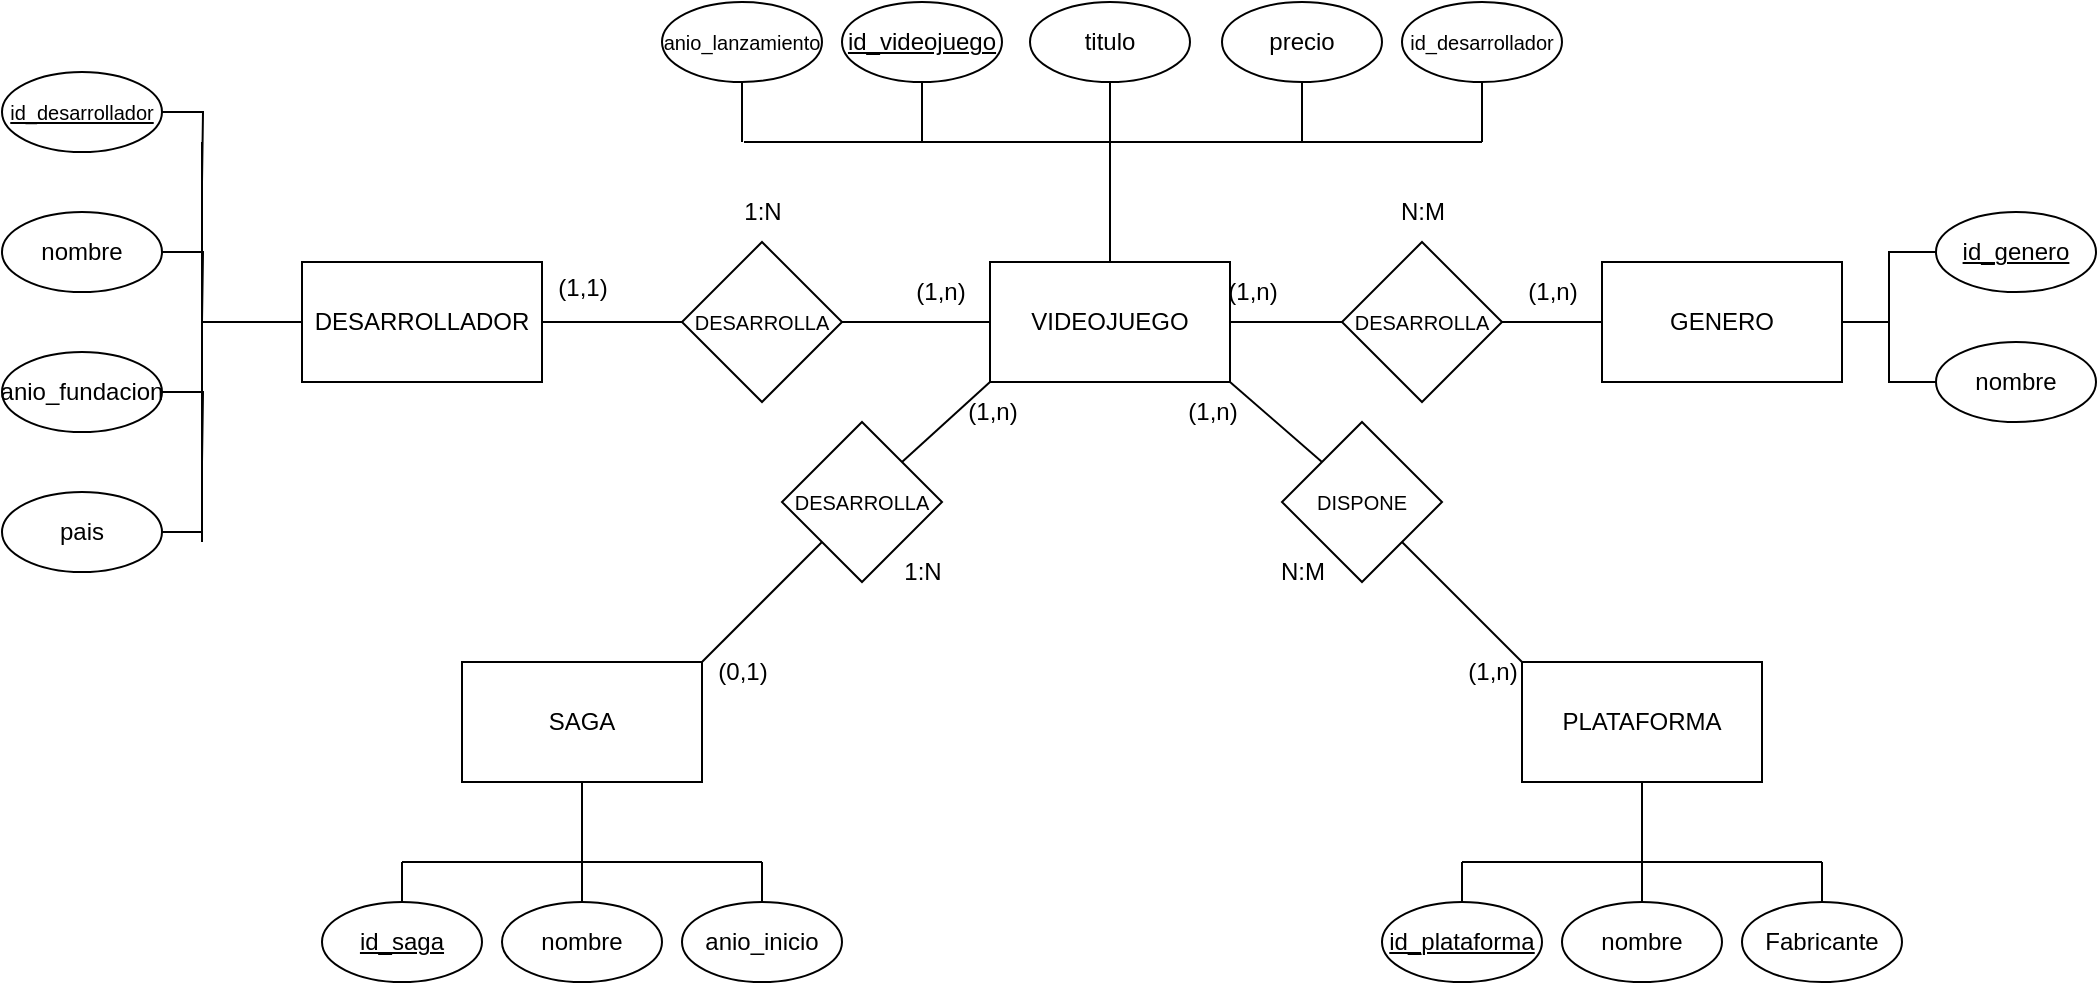
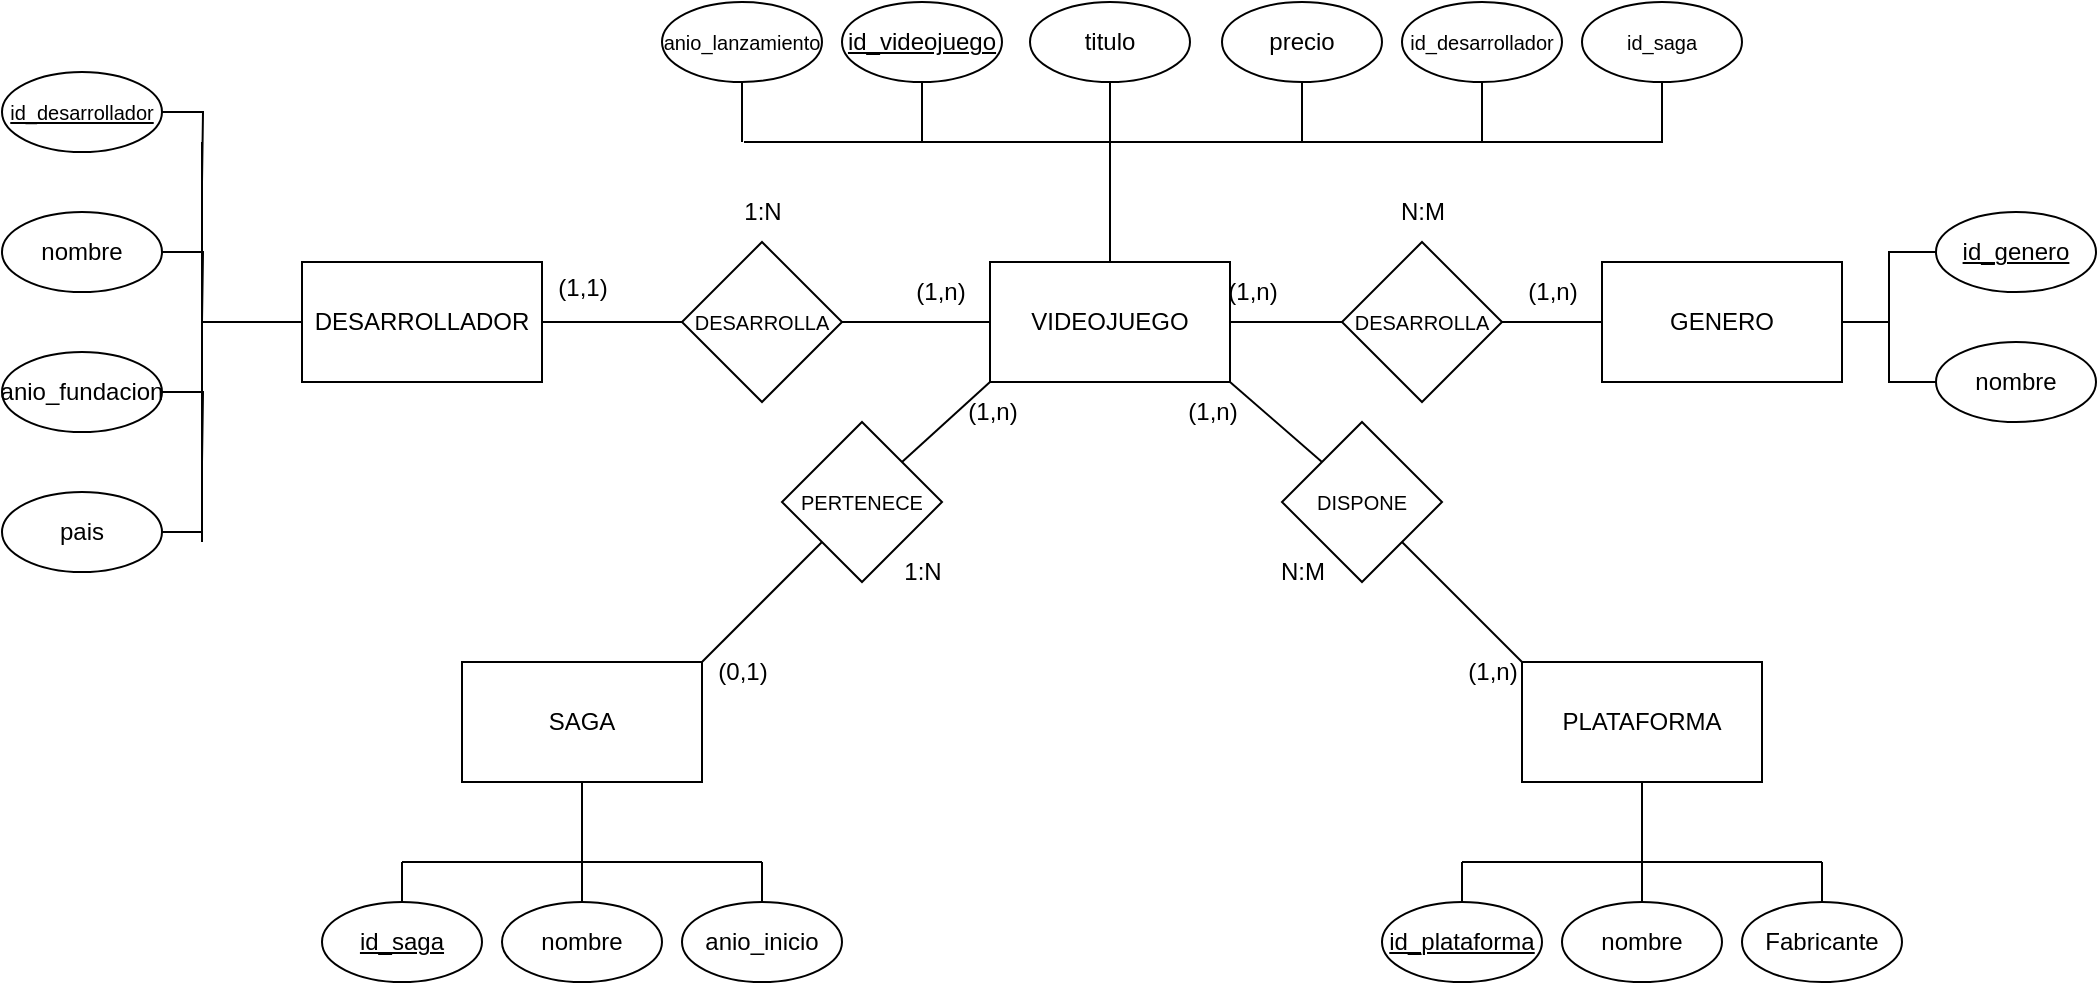
<mxfile host="Electron" agent="Mozilla/5.0 (Windows NT 10.0; Win64; x64) AppleWebKit/537.36 (KHTML, like Gecko) draw.io/28.1.2 Chrome/138.0.7204.243 Electron/37.4.0 Safari/537.36" version="28.1.2">
  <diagram name="Página-1" id="ZNoLtAaf1gZEyG10pAyI">
-     <mxGraphModel dx="2253" dy="841" grid="1" gridSize="10" guides="1" tooltips="1" connect="1" arrows="1" fold="1" page="1" pageScale="1" pageWidth="827" pageHeight="1169" math="0" shadow="0">
+     <mxGraphModel dx="1365" dy="483" grid="1" gridSize="10" guides="1" tooltips="1" connect="1" arrows="1" fold="1" page="1" pageScale="1" pageWidth="827" pageHeight="1169" math="0" shadow="0">
      <root>
        <mxCell id="0" />
        <mxCell id="1" parent="0" />
        <mxCell id="zJ5LKTYXzrCJBkI_XdHh-10" style="edgeStyle=orthogonalEdgeStyle;rounded=0;orthogonalLoop=1;jettySize=auto;html=1;entryX=0;entryY=0.5;entryDx=0;entryDy=0;endArrow=none;endFill=0;" edge="1" parent="1" source="zJ5LKTYXzrCJBkI_XdHh-1" target="zJ5LKTYXzrCJBkI_XdHh-9">
          <mxGeometry relative="1" as="geometry" />
        </mxCell>
        <mxCell id="zJ5LKTYXzrCJBkI_XdHh-13" style="rounded=0;orthogonalLoop=1;jettySize=auto;html=1;entryX=1;entryY=0;entryDx=0;entryDy=0;exitX=0;exitY=1;exitDx=0;exitDy=0;endArrow=none;endFill=0;" edge="1" parent="1" source="zJ5LKTYXzrCJBkI_XdHh-1" target="zJ5LKTYXzrCJBkI_XdHh-12">
          <mxGeometry relative="1" as="geometry" />
        </mxCell>
        <mxCell id="zJ5LKTYXzrCJBkI_XdHh-51" style="edgeStyle=orthogonalEdgeStyle;rounded=0;orthogonalLoop=1;jettySize=auto;html=1;endArrow=none;endFill=0;" edge="1" parent="1" source="zJ5LKTYXzrCJBkI_XdHh-1">
          <mxGeometry relative="1" as="geometry">
            <mxPoint x="414" y="260" as="targetPoint" />
          </mxGeometry>
        </mxCell>
        <mxCell id="zJ5LKTYXzrCJBkI_XdHh-1" value="VIDEOJUEGO" style="rounded=0;whiteSpace=wrap;html=1;" vertex="1" parent="1">
          <mxGeometry x="354" y="320" width="120" height="60" as="geometry" />
        </mxCell>
        <mxCell id="zJ5LKTYXzrCJBkI_XdHh-6" style="edgeStyle=orthogonalEdgeStyle;rounded=0;orthogonalLoop=1;jettySize=auto;html=1;endArrow=none;endFill=0;entryX=0;entryY=0.5;entryDx=0;entryDy=0;" edge="1" parent="1" source="zJ5LKTYXzrCJBkI_XdHh-2" target="zJ5LKTYXzrCJBkI_XdHh-7">
          <mxGeometry relative="1" as="geometry">
            <mxPoint x="210" y="350" as="targetPoint" />
          </mxGeometry>
        </mxCell>
        <mxCell id="zJ5LKTYXzrCJBkI_XdHh-73" style="edgeStyle=orthogonalEdgeStyle;rounded=0;orthogonalLoop=1;jettySize=auto;html=1;endArrow=none;endFill=0;" edge="1" parent="1" source="zJ5LKTYXzrCJBkI_XdHh-2">
          <mxGeometry relative="1" as="geometry">
            <mxPoint x="-40" y="350" as="targetPoint" />
          </mxGeometry>
        </mxCell>
        <mxCell id="zJ5LKTYXzrCJBkI_XdHh-2" value="DESARROLLADOR" style="rounded=0;whiteSpace=wrap;html=1;" vertex="1" parent="1">
          <mxGeometry x="10" y="320" width="120" height="60" as="geometry" />
        </mxCell>
        <mxCell id="zJ5LKTYXzrCJBkI_XdHh-3" value="GENERO" style="rounded=0;whiteSpace=wrap;html=1;" vertex="1" parent="1">
          <mxGeometry x="660" y="320" width="120" height="60" as="geometry" />
        </mxCell>
        <mxCell id="zJ5LKTYXzrCJBkI_XdHh-18" style="edgeStyle=orthogonalEdgeStyle;rounded=0;orthogonalLoop=1;jettySize=auto;html=1;endArrow=none;endFill=0;" edge="1" parent="1" source="zJ5LKTYXzrCJBkI_XdHh-4">
          <mxGeometry relative="1" as="geometry">
            <mxPoint x="150" y="620" as="targetPoint" />
          </mxGeometry>
        </mxCell>
        <mxCell id="zJ5LKTYXzrCJBkI_XdHh-4" value="SAGA" style="rounded=0;whiteSpace=wrap;html=1;" vertex="1" parent="1">
          <mxGeometry x="90" y="520" width="120" height="60" as="geometry" />
        </mxCell>
        <mxCell id="zJ5LKTYXzrCJBkI_XdHh-41" style="edgeStyle=orthogonalEdgeStyle;rounded=0;orthogonalLoop=1;jettySize=auto;html=1;endArrow=none;endFill=0;" edge="1" parent="1" source="zJ5LKTYXzrCJBkI_XdHh-5">
          <mxGeometry relative="1" as="geometry">
            <mxPoint x="680" y="620" as="targetPoint" />
          </mxGeometry>
        </mxCell>
        <mxCell id="zJ5LKTYXzrCJBkI_XdHh-5" value="PLATAFORMA" style="rounded=0;whiteSpace=wrap;html=1;" vertex="1" parent="1">
          <mxGeometry x="620" y="520" width="120" height="60" as="geometry" />
        </mxCell>
        <mxCell id="zJ5LKTYXzrCJBkI_XdHh-8" style="edgeStyle=orthogonalEdgeStyle;rounded=0;orthogonalLoop=1;jettySize=auto;html=1;entryX=0;entryY=0.5;entryDx=0;entryDy=0;endArrow=none;endFill=0;" edge="1" parent="1" source="zJ5LKTYXzrCJBkI_XdHh-7" target="zJ5LKTYXzrCJBkI_XdHh-1">
          <mxGeometry relative="1" as="geometry" />
        </mxCell>
        <mxCell id="zJ5LKTYXzrCJBkI_XdHh-7" value="&lt;font style=&quot;font-size: 10px;&quot;&gt;DESARROLLA&lt;/font&gt;" style="rhombus;whiteSpace=wrap;html=1;" vertex="1" parent="1">
          <mxGeometry x="200" y="310" width="80" height="80" as="geometry" />
        </mxCell>
        <mxCell id="zJ5LKTYXzrCJBkI_XdHh-11" style="edgeStyle=orthogonalEdgeStyle;rounded=0;orthogonalLoop=1;jettySize=auto;html=1;entryX=0;entryY=0.5;entryDx=0;entryDy=0;endArrow=none;endFill=0;" edge="1" parent="1" source="zJ5LKTYXzrCJBkI_XdHh-9" target="zJ5LKTYXzrCJBkI_XdHh-3">
          <mxGeometry relative="1" as="geometry" />
        </mxCell>
        <mxCell id="zJ5LKTYXzrCJBkI_XdHh-9" value="&lt;font style=&quot;font-size: 10px;&quot;&gt;DESARROLLA&lt;/font&gt;" style="rhombus;whiteSpace=wrap;html=1;" vertex="1" parent="1">
          <mxGeometry x="530" y="310" width="80" height="80" as="geometry" />
        </mxCell>
        <mxCell id="zJ5LKTYXzrCJBkI_XdHh-14" style="rounded=0;orthogonalLoop=1;jettySize=auto;html=1;exitX=0;exitY=1;exitDx=0;exitDy=0;entryX=1;entryY=0;entryDx=0;entryDy=0;endArrow=none;endFill=0;" edge="1" parent="1" source="zJ5LKTYXzrCJBkI_XdHh-12" target="zJ5LKTYXzrCJBkI_XdHh-4">
          <mxGeometry relative="1" as="geometry" />
        </mxCell>
-         <mxCell id="zJ5LKTYXzrCJBkI_XdHh-12" value="&lt;font style=&quot;font-size: 10px;&quot;&gt;DESARROLLA&lt;/font&gt;" style="rhombus;whiteSpace=wrap;html=1;" vertex="1" parent="1">
+         <mxCell id="zJ5LKTYXzrCJBkI_XdHh-12" value="&lt;font style=&quot;font-size: 10px;&quot;&gt;PERTENECE&lt;/font&gt;" style="rhombus;whiteSpace=wrap;html=1;" vertex="1" parent="1">
          <mxGeometry x="250" y="400" width="80" height="80" as="geometry" />
        </mxCell>
        <mxCell id="zJ5LKTYXzrCJBkI_XdHh-16" style="rounded=0;orthogonalLoop=1;jettySize=auto;html=1;exitX=0;exitY=0;exitDx=0;exitDy=0;entryX=1;entryY=1;entryDx=0;entryDy=0;endArrow=none;endFill=0;" edge="1" parent="1" source="zJ5LKTYXzrCJBkI_XdHh-15" target="zJ5LKTYXzrCJBkI_XdHh-1">
          <mxGeometry relative="1" as="geometry" />
        </mxCell>
        <mxCell id="zJ5LKTYXzrCJBkI_XdHh-17" style="rounded=0;orthogonalLoop=1;jettySize=auto;html=1;exitX=1;exitY=1;exitDx=0;exitDy=0;entryX=0;entryY=0;entryDx=0;entryDy=0;endArrow=none;endFill=0;" edge="1" parent="1" source="zJ5LKTYXzrCJBkI_XdHh-15" target="zJ5LKTYXzrCJBkI_XdHh-5">
          <mxGeometry relative="1" as="geometry" />
        </mxCell>
        <mxCell id="zJ5LKTYXzrCJBkI_XdHh-15" value="&lt;font style=&quot;font-size: 10px;&quot;&gt;DISPONE&lt;/font&gt;" style="rhombus;whiteSpace=wrap;html=1;" vertex="1" parent="1">
          <mxGeometry x="500" y="400" width="80" height="80" as="geometry" />
        </mxCell>
        <mxCell id="zJ5LKTYXzrCJBkI_XdHh-19" value="" style="endArrow=none;html=1;rounded=0;" edge="1" parent="1">
          <mxGeometry width="50" height="50" relative="1" as="geometry">
            <mxPoint x="60" y="620" as="sourcePoint" />
            <mxPoint x="240" y="620" as="targetPoint" />
          </mxGeometry>
        </mxCell>
        <mxCell id="zJ5LKTYXzrCJBkI_XdHh-21" style="edgeStyle=orthogonalEdgeStyle;rounded=0;orthogonalLoop=1;jettySize=auto;html=1;exitX=0.5;exitY=0;exitDx=0;exitDy=0;endArrow=none;endFill=0;" edge="1" parent="1" source="zJ5LKTYXzrCJBkI_XdHh-20">
          <mxGeometry relative="1" as="geometry">
            <mxPoint x="60" y="620" as="targetPoint" />
          </mxGeometry>
        </mxCell>
        <mxCell id="zJ5LKTYXzrCJBkI_XdHh-20" value="&lt;u&gt;id_saga&lt;/u&gt;" style="ellipse;whiteSpace=wrap;html=1;" vertex="1" parent="1">
          <mxGeometry x="20" y="640" width="80" height="40" as="geometry" />
        </mxCell>
        <mxCell id="zJ5LKTYXzrCJBkI_XdHh-25" style="edgeStyle=orthogonalEdgeStyle;rounded=0;orthogonalLoop=1;jettySize=auto;html=1;exitX=0.5;exitY=0;exitDx=0;exitDy=0;endArrow=none;endFill=0;" edge="1" parent="1" source="zJ5LKTYXzrCJBkI_XdHh-22">
          <mxGeometry relative="1" as="geometry">
            <mxPoint x="150" y="620" as="targetPoint" />
          </mxGeometry>
        </mxCell>
        <mxCell id="zJ5LKTYXzrCJBkI_XdHh-22" value="nombre" style="ellipse;whiteSpace=wrap;html=1;" vertex="1" parent="1">
          <mxGeometry x="110" y="640" width="80" height="40" as="geometry" />
        </mxCell>
        <mxCell id="zJ5LKTYXzrCJBkI_XdHh-26" style="edgeStyle=orthogonalEdgeStyle;rounded=0;orthogonalLoop=1;jettySize=auto;html=1;exitX=0.5;exitY=0;exitDx=0;exitDy=0;endArrow=none;endFill=0;" edge="1" parent="1" source="zJ5LKTYXzrCJBkI_XdHh-23">
          <mxGeometry relative="1" as="geometry">
            <mxPoint x="240" y="620" as="targetPoint" />
          </mxGeometry>
        </mxCell>
        <mxCell id="zJ5LKTYXzrCJBkI_XdHh-23" value="anio_inicio" style="ellipse;whiteSpace=wrap;html=1;" vertex="1" parent="1">
          <mxGeometry x="200" y="640" width="80" height="40" as="geometry" />
        </mxCell>
        <mxCell id="zJ5LKTYXzrCJBkI_XdHh-34" value="" style="endArrow=none;html=1;rounded=0;" edge="1" parent="1">
          <mxGeometry width="50" height="50" relative="1" as="geometry">
            <mxPoint x="590" y="620" as="sourcePoint" />
            <mxPoint x="770" y="620" as="targetPoint" />
          </mxGeometry>
        </mxCell>
        <mxCell id="zJ5LKTYXzrCJBkI_XdHh-35" style="edgeStyle=orthogonalEdgeStyle;rounded=0;orthogonalLoop=1;jettySize=auto;html=1;exitX=0.5;exitY=0;exitDx=0;exitDy=0;endArrow=none;endFill=0;" edge="1" parent="1" source="zJ5LKTYXzrCJBkI_XdHh-36">
          <mxGeometry relative="1" as="geometry">
            <mxPoint x="590" y="620" as="targetPoint" />
          </mxGeometry>
        </mxCell>
        <mxCell id="zJ5LKTYXzrCJBkI_XdHh-36" value="&lt;u&gt;id_plataforma&lt;/u&gt;" style="ellipse;whiteSpace=wrap;html=1;" vertex="1" parent="1">
          <mxGeometry x="550" y="640" width="80" height="40" as="geometry" />
        </mxCell>
        <mxCell id="zJ5LKTYXzrCJBkI_XdHh-37" style="edgeStyle=orthogonalEdgeStyle;rounded=0;orthogonalLoop=1;jettySize=auto;html=1;exitX=0.5;exitY=0;exitDx=0;exitDy=0;endArrow=none;endFill=0;" edge="1" parent="1" source="zJ5LKTYXzrCJBkI_XdHh-38">
          <mxGeometry relative="1" as="geometry">
            <mxPoint x="680" y="620" as="targetPoint" />
          </mxGeometry>
        </mxCell>
        <mxCell id="zJ5LKTYXzrCJBkI_XdHh-38" value="nombre" style="ellipse;whiteSpace=wrap;html=1;" vertex="1" parent="1">
          <mxGeometry x="640" y="640" width="80" height="40" as="geometry" />
        </mxCell>
        <mxCell id="zJ5LKTYXzrCJBkI_XdHh-39" style="edgeStyle=orthogonalEdgeStyle;rounded=0;orthogonalLoop=1;jettySize=auto;html=1;exitX=0.5;exitY=0;exitDx=0;exitDy=0;endArrow=none;endFill=0;" edge="1" parent="1" source="zJ5LKTYXzrCJBkI_XdHh-40">
          <mxGeometry relative="1" as="geometry">
            <mxPoint x="770" y="620" as="targetPoint" />
          </mxGeometry>
        </mxCell>
        <mxCell id="zJ5LKTYXzrCJBkI_XdHh-40" value="Fabricante" style="ellipse;whiteSpace=wrap;html=1;" vertex="1" parent="1">
          <mxGeometry x="730" y="640" width="80" height="40" as="geometry" />
        </mxCell>
        <mxCell id="zJ5LKTYXzrCJBkI_XdHh-43" style="edgeStyle=orthogonalEdgeStyle;rounded=0;orthogonalLoop=1;jettySize=auto;html=1;entryX=1;entryY=0.5;entryDx=0;entryDy=0;endArrow=none;endFill=0;" edge="1" parent="1" source="zJ5LKTYXzrCJBkI_XdHh-42" target="zJ5LKTYXzrCJBkI_XdHh-3">
          <mxGeometry relative="1" as="geometry" />
        </mxCell>
        <mxCell id="zJ5LKTYXzrCJBkI_XdHh-42" value="nombre" style="ellipse;whiteSpace=wrap;html=1;" vertex="1" parent="1">
          <mxGeometry x="827" y="360" width="80" height="40" as="geometry" />
        </mxCell>
        <mxCell id="zJ5LKTYXzrCJBkI_XdHh-44" value="" style="endArrow=none;html=1;rounded=0;" edge="1" parent="1">
          <mxGeometry width="50" height="50" relative="1" as="geometry">
            <mxPoint x="231" y="260" as="sourcePoint" />
            <mxPoint x="600" y="260" as="targetPoint" />
          </mxGeometry>
        </mxCell>
        <mxCell id="zJ5LKTYXzrCJBkI_XdHh-54" style="edgeStyle=orthogonalEdgeStyle;rounded=0;orthogonalLoop=1;jettySize=auto;html=1;endArrow=none;endFill=0;" edge="1" parent="1" source="zJ5LKTYXzrCJBkI_XdHh-46">
          <mxGeometry relative="1" as="geometry">
            <mxPoint x="320" y="260" as="targetPoint" />
          </mxGeometry>
        </mxCell>
        <mxCell id="zJ5LKTYXzrCJBkI_XdHh-46" value="&lt;u&gt;id_videojuego&lt;/u&gt;" style="ellipse;whiteSpace=wrap;html=1;" vertex="1" parent="1">
          <mxGeometry x="280" y="190" width="80" height="40" as="geometry" />
        </mxCell>
        <mxCell id="zJ5LKTYXzrCJBkI_XdHh-52" style="edgeStyle=orthogonalEdgeStyle;rounded=0;orthogonalLoop=1;jettySize=auto;html=1;endArrow=none;endFill=0;" edge="1" parent="1" source="zJ5LKTYXzrCJBkI_XdHh-48">
          <mxGeometry relative="1" as="geometry">
            <mxPoint x="414" y="260" as="targetPoint" />
          </mxGeometry>
        </mxCell>
        <mxCell id="zJ5LKTYXzrCJBkI_XdHh-48" value="titulo" style="ellipse;whiteSpace=wrap;html=1;" vertex="1" parent="1">
          <mxGeometry x="374" y="190" width="80" height="40" as="geometry" />
        </mxCell>
        <mxCell id="zJ5LKTYXzrCJBkI_XdHh-53" style="edgeStyle=orthogonalEdgeStyle;rounded=0;orthogonalLoop=1;jettySize=auto;html=1;endArrow=none;endFill=0;" edge="1" parent="1" source="zJ5LKTYXzrCJBkI_XdHh-50">
          <mxGeometry relative="1" as="geometry">
            <mxPoint x="510" y="260" as="targetPoint" />
          </mxGeometry>
        </mxCell>
        <mxCell id="zJ5LKTYXzrCJBkI_XdHh-50" value="precio" style="ellipse;whiteSpace=wrap;html=1;" vertex="1" parent="1">
          <mxGeometry x="470" y="190" width="80" height="40" as="geometry" />
        </mxCell>
        <mxCell id="zJ5LKTYXzrCJBkI_XdHh-58" style="edgeStyle=orthogonalEdgeStyle;rounded=0;orthogonalLoop=1;jettySize=auto;html=1;endArrow=none;endFill=0;" edge="1" parent="1" source="zJ5LKTYXzrCJBkI_XdHh-55">
          <mxGeometry relative="1" as="geometry">
            <mxPoint x="230" y="260" as="targetPoint" />
          </mxGeometry>
        </mxCell>
        <mxCell id="zJ5LKTYXzrCJBkI_XdHh-55" value="&lt;font style=&quot;font-size: 10px;&quot;&gt;anio_lanzamiento&lt;/font&gt;" style="ellipse;whiteSpace=wrap;html=1;" vertex="1" parent="1">
          <mxGeometry x="190" y="190" width="80" height="40" as="geometry" />
        </mxCell>
        <mxCell id="zJ5LKTYXzrCJBkI_XdHh-57" style="edgeStyle=orthogonalEdgeStyle;rounded=0;orthogonalLoop=1;jettySize=auto;html=1;endArrow=none;endFill=0;" edge="1" parent="1" source="zJ5LKTYXzrCJBkI_XdHh-56">
          <mxGeometry relative="1" as="geometry">
            <mxPoint x="600" y="260" as="targetPoint" />
          </mxGeometry>
        </mxCell>
        <mxCell id="zJ5LKTYXzrCJBkI_XdHh-56" value="&lt;font style=&quot;font-size: 10px;&quot;&gt;id_desarrollador&lt;/font&gt;" style="ellipse;whiteSpace=wrap;html=1;" vertex="1" parent="1">
          <mxGeometry x="560" y="190" width="80" height="40" as="geometry" />
        </mxCell>
        <mxCell id="zJ5LKTYXzrCJBkI_XdHh-59" value="" style="endArrow=none;html=1;rounded=0;" edge="1" parent="1">
          <mxGeometry width="50" height="50" relative="1" as="geometry">
            <mxPoint x="-40" y="260" as="sourcePoint" />
            <mxPoint x="-40" y="460" as="targetPoint" />
          </mxGeometry>
        </mxCell>
        <mxCell id="zJ5LKTYXzrCJBkI_XdHh-70" style="edgeStyle=orthogonalEdgeStyle;rounded=0;orthogonalLoop=1;jettySize=auto;html=1;endArrow=none;endFill=0;" edge="1" parent="1" source="zJ5LKTYXzrCJBkI_XdHh-61">
          <mxGeometry relative="1" as="geometry">
            <mxPoint x="-40" y="280" as="targetPoint" />
          </mxGeometry>
        </mxCell>
        <mxCell id="zJ5LKTYXzrCJBkI_XdHh-61" value="&lt;u&gt;&lt;font style=&quot;font-size: 10px;&quot;&gt;id_desarrollador&lt;/font&gt;&lt;/u&gt;" style="ellipse;whiteSpace=wrap;html=1;" vertex="1" parent="1">
          <mxGeometry x="-140" y="225" width="80" height="40" as="geometry" />
        </mxCell>
        <mxCell id="zJ5LKTYXzrCJBkI_XdHh-66" style="edgeStyle=orthogonalEdgeStyle;rounded=0;orthogonalLoop=1;jettySize=auto;html=1;endArrow=none;endFill=0;" edge="1" parent="1" source="zJ5LKTYXzrCJBkI_XdHh-63">
          <mxGeometry relative="1" as="geometry">
            <mxPoint x="-40" y="350" as="targetPoint" />
          </mxGeometry>
        </mxCell>
        <mxCell id="zJ5LKTYXzrCJBkI_XdHh-63" value="nombre" style="ellipse;whiteSpace=wrap;html=1;" vertex="1" parent="1">
          <mxGeometry x="-140" y="295" width="80" height="40" as="geometry" />
        </mxCell>
        <mxCell id="zJ5LKTYXzrCJBkI_XdHh-69" style="edgeStyle=orthogonalEdgeStyle;rounded=0;orthogonalLoop=1;jettySize=auto;html=1;endArrow=none;endFill=0;" edge="1" parent="1" source="zJ5LKTYXzrCJBkI_XdHh-65">
          <mxGeometry relative="1" as="geometry">
            <mxPoint x="-40" y="420" as="targetPoint" />
          </mxGeometry>
        </mxCell>
        <mxCell id="zJ5LKTYXzrCJBkI_XdHh-65" value="anio_fundacion" style="ellipse;whiteSpace=wrap;html=1;" vertex="1" parent="1">
          <mxGeometry x="-140" y="365" width="80" height="40" as="geometry" />
        </mxCell>
        <mxCell id="zJ5LKTYXzrCJBkI_XdHh-72" style="edgeStyle=orthogonalEdgeStyle;rounded=0;orthogonalLoop=1;jettySize=auto;html=1;endArrow=none;endFill=0;" edge="1" parent="1" source="zJ5LKTYXzrCJBkI_XdHh-71">
          <mxGeometry relative="1" as="geometry">
            <mxPoint x="-40" y="455" as="targetPoint" />
          </mxGeometry>
        </mxCell>
        <mxCell id="zJ5LKTYXzrCJBkI_XdHh-71" value="pais" style="ellipse;whiteSpace=wrap;html=1;" vertex="1" parent="1">
          <mxGeometry x="-140" y="435" width="80" height="40" as="geometry" />
        </mxCell>
        <mxCell id="zJ5LKTYXzrCJBkI_XdHh-74" value="(1,1)" style="text;html=1;align=center;verticalAlign=middle;resizable=0;points=[];autosize=1;strokeColor=none;fillColor=none;" vertex="1" parent="1">
          <mxGeometry x="125" y="318" width="50" height="30" as="geometry" />
        </mxCell>
        <mxCell id="zJ5LKTYXzrCJBkI_XdHh-75" value="(1,n)" style="text;html=1;align=center;verticalAlign=middle;resizable=0;points=[];autosize=1;strokeColor=none;fillColor=none;" vertex="1" parent="1">
          <mxGeometry x="304" y="320" width="50" height="30" as="geometry" />
        </mxCell>
        <mxCell id="zJ5LKTYXzrCJBkI_XdHh-76" value="1:N" style="text;html=1;align=center;verticalAlign=middle;resizable=0;points=[];autosize=1;strokeColor=none;fillColor=none;" vertex="1" parent="1">
          <mxGeometry x="220" y="280" width="40" height="30" as="geometry" />
        </mxCell>
        <mxCell id="zJ5LKTYXzrCJBkI_XdHh-77" value="N:M" style="text;html=1;align=center;verticalAlign=middle;resizable=0;points=[];autosize=1;strokeColor=none;fillColor=none;" vertex="1" parent="1">
          <mxGeometry x="545" y="280" width="50" height="30" as="geometry" />
        </mxCell>
        <mxCell id="zJ5LKTYXzrCJBkI_XdHh-78" value="(1,n)" style="text;html=1;align=center;verticalAlign=middle;resizable=0;points=[];autosize=1;strokeColor=none;fillColor=none;" vertex="1" parent="1">
          <mxGeometry x="460" y="320" width="50" height="30" as="geometry" />
        </mxCell>
        <mxCell id="zJ5LKTYXzrCJBkI_XdHh-79" value="(1,n)" style="text;html=1;align=center;verticalAlign=middle;resizable=0;points=[];autosize=1;strokeColor=none;fillColor=none;" vertex="1" parent="1">
          <mxGeometry x="610" y="320" width="50" height="30" as="geometry" />
        </mxCell>
        <mxCell id="zJ5LKTYXzrCJBkI_XdHh-81" value="N:M" style="text;html=1;align=center;verticalAlign=middle;resizable=0;points=[];autosize=1;strokeColor=none;fillColor=none;" vertex="1" parent="1">
          <mxGeometry x="485" y="460" width="50" height="30" as="geometry" />
        </mxCell>
        <mxCell id="zJ5LKTYXzrCJBkI_XdHh-82" value="(1,n)" style="text;html=1;align=center;verticalAlign=middle;resizable=0;points=[];autosize=1;strokeColor=none;fillColor=none;" vertex="1" parent="1">
          <mxGeometry x="440" y="380" width="50" height="30" as="geometry" />
        </mxCell>
        <mxCell id="zJ5LKTYXzrCJBkI_XdHh-83" value="(1,n)" style="text;html=1;align=center;verticalAlign=middle;resizable=0;points=[];autosize=1;strokeColor=none;fillColor=none;" vertex="1" parent="1">
          <mxGeometry x="580" y="510" width="50" height="30" as="geometry" />
        </mxCell>
        <mxCell id="zJ5LKTYXzrCJBkI_XdHh-84" value="1:N" style="text;html=1;align=center;verticalAlign=middle;resizable=0;points=[];autosize=1;strokeColor=none;fillColor=none;" vertex="1" parent="1">
          <mxGeometry x="300" y="460" width="40" height="30" as="geometry" />
        </mxCell>
        <mxCell id="zJ5LKTYXzrCJBkI_XdHh-85" value="(0,1)" style="text;html=1;align=center;verticalAlign=middle;resizable=0;points=[];autosize=1;strokeColor=none;fillColor=none;" vertex="1" parent="1">
          <mxGeometry x="205" y="510" width="50" height="30" as="geometry" />
        </mxCell>
        <mxCell id="zJ5LKTYXzrCJBkI_XdHh-86" value="(1,n)" style="text;html=1;align=center;verticalAlign=middle;resizable=0;points=[];autosize=1;strokeColor=none;fillColor=none;" vertex="1" parent="1">
          <mxGeometry x="330" y="380" width="50" height="30" as="geometry" />
        </mxCell>
        <mxCell id="zJ5LKTYXzrCJBkI_XdHh-89" style="edgeStyle=orthogonalEdgeStyle;rounded=0;orthogonalLoop=1;jettySize=auto;html=1;entryX=1;entryY=0.5;entryDx=0;entryDy=0;endArrow=none;endFill=0;" edge="1" parent="1" source="zJ5LKTYXzrCJBkI_XdHh-88" target="zJ5LKTYXzrCJBkI_XdHh-3">
          <mxGeometry relative="1" as="geometry" />
        </mxCell>
        <mxCell id="zJ5LKTYXzrCJBkI_XdHh-88" value="&lt;u&gt;id_genero&lt;/u&gt;" style="ellipse;whiteSpace=wrap;html=1;" vertex="1" parent="1">
          <mxGeometry x="827" y="295" width="80" height="40" as="geometry" />
+         </mxCell>
+         <mxCell id="zJ5LKTYXzrCJBkI_XdHh-93" style="edgeStyle=orthogonalEdgeStyle;rounded=0;orthogonalLoop=1;jettySize=auto;html=1;endArrow=none;endFill=0;" edge="1" parent="1" source="zJ5LKTYXzrCJBkI_XdHh-92" target="zJ5LKTYXzrCJBkI_XdHh-1">
+           <mxGeometry relative="1" as="geometry">
+             <Array as="points">
+               <mxPoint x="690" y="260" />
+               <mxPoint x="414" y="260" />
+             </Array>
+           </mxGeometry>
+         </mxCell>
+         <mxCell id="zJ5LKTYXzrCJBkI_XdHh-92" value="&lt;font style=&quot;font-size: 10px;&quot;&gt;id_saga&lt;/font&gt;" style="ellipse;whiteSpace=wrap;html=1;" vertex="1" parent="1">
+           <mxGeometry x="650" y="190" width="80" height="40" as="geometry" />
        </mxCell>
      </root>
    </mxGraphModel>
  </diagram>
</mxfile>
